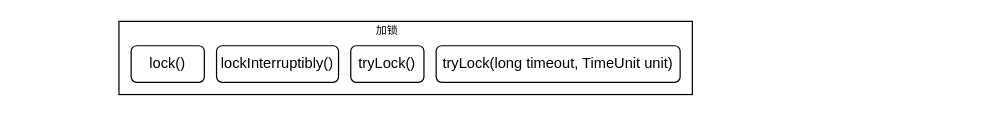
lxcy-kdz/draw keeps this draw.io diagram as 卖场/源码.drawio. Above is the earlier version. Source tidied: cells renumbered, new cells numbered last; positions are measured from the earlier drawing's top-left corner, leaving out a move shared by most shapes. Both pictures are drawn from the tidied source at 122%, with x=0, y=0 at pixel (118, 21).
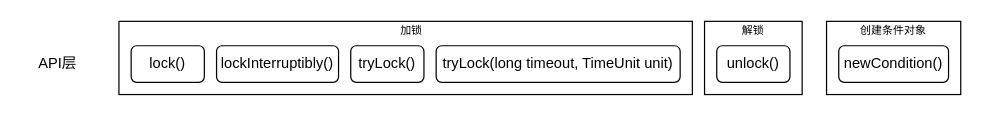
Above is the later version.

Change to the diagram source:
```diff
@@
 <mxGraphModel>
   <root>
     <mxCell id="0" />
     <mxCell id="1" parent="0" />
+    <mxCell id="8" style="rounded=0;whiteSpace=wrap;html=1;" parent="1" vertex="1">
+      <mxGeometry x="480" width="80" height="60" as="geometry" />
+    </mxCell>
     <mxCell id="2" style="rounded=0;whiteSpace=wrap;html=1;" parent="1" vertex="1">
       <mxGeometry width="470" height="60" as="geometry" />
     </mxCell>
     <mxCell id="3" value="lock()" style="rounded=1;whiteSpace=wrap;html=1;" parent="1" vertex="1">
       <mxGeometry x="10" y="20" width="60" height="30" as="geometry" />
     </mxCell>
     <mxCell id="4" value="lockInterruptibly()" style="rounded=1;whiteSpace=wrap;html=1;" parent="1" vertex="1">
       <mxGeometry x="80" y="20" width="100" height="30" as="geometry" />
     </mxCell>
     <mxCell id="5" value="tryLock()" style="rounded=1;whiteSpace=wrap;html=1;" parent="1" vertex="1">
       <mxGeometry x="190" y="20" width="60" height="30" as="geometry" />
     </mxCell>
     <mxCell id="6" value="tryLock(long timeout, TimeUnit unit)" style="rounded=1;whiteSpace=wrap;html=1;" parent="1" vertex="1">
       <mxGeometry x="260" y="20" width="200" height="30" as="geometry" />
     </mxCell>
     <mxCell id="7" value="&lt;font style=&quot;font-size: 9px;&quot;&gt;加锁&lt;/font&gt;" style="text;html=1;align=center;verticalAlign=middle;whiteSpace=wrap;rounded=0;" parent="1" vertex="1">
-      <mxGeometry x="190" y="2" width="60" height="10" as="geometry" />
+      <mxGeometry x="210" y="2" width="60" height="10" as="geometry" />
     </mxCell>
+    <mxCell id="9" value="unlock()" style="rounded=1;whiteSpace=wrap;html=1;" parent="1" vertex="1">
+      <mxGeometry x="490" y="20" width="60" height="30" as="geometry" />
+    </mxCell>
+    <mxCell id="10" value="&lt;font style=&quot;font-size: 9px;&quot;&gt;解锁&lt;/font&gt;" style="text;html=1;align=center;verticalAlign=middle;whiteSpace=wrap;rounded=0;" parent="1" vertex="1">
+      <mxGeometry x="490" y="2" width="60" height="10" as="geometry" />
+    </mxCell>
+    <mxCell id="11" style="rounded=0;whiteSpace=wrap;html=1;" parent="1" vertex="1">
+      <mxGeometry x="580" width="110" height="60" as="geometry" />
+    </mxCell>
+    <mxCell id="12" value="newCondition()" style="rounded=1;whiteSpace=wrap;html=1;" parent="1" vertex="1">
+      <mxGeometry x="590" y="20" width="90" height="30" as="geometry" />
+    </mxCell>
+    <mxCell id="13" value="&lt;font style=&quot;font-size: 9px;&quot;&gt;创建条件对象&lt;/font&gt;" style="text;html=1;align=center;verticalAlign=middle;whiteSpace=wrap;rounded=0;" parent="1" vertex="1">
+      <mxGeometry x="605" y="2" width="60" height="10" as="geometry" />
+    </mxCell>
+    <mxCell id="14" value="API层" style="text;html=1;align=center;verticalAlign=middle;whiteSpace=wrap;rounded=0;" parent="1" vertex="1">
+      <mxGeometry x="-80" y="20" width="60" height="30" as="geometry" />
+    </mxCell>
   </root>
 </mxGraphModel>
```
